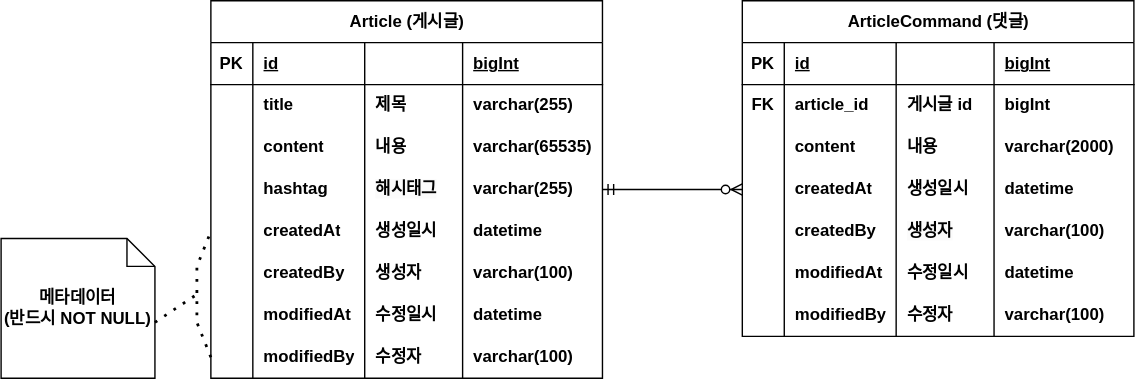
Before: document/use-case2.svg, a diagram exported from draw.io (Yang-Sooyoung/fastcampus-project-board). Source tidied: cells renumbered, new cells last; positions are measured from the earlier drawing's top-left corner, leaving out a move shared by most shapes.
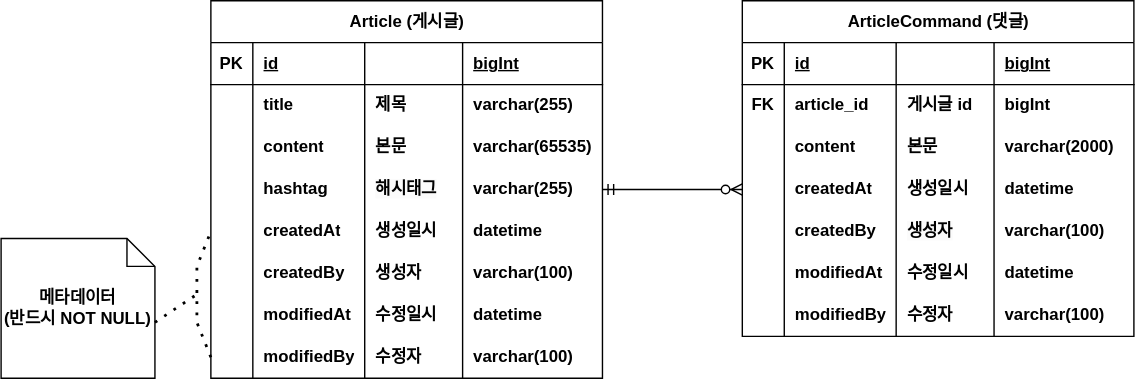
The same diagram one commit later.

Commit message:
#8 - ERD 주석 업데이트: project-board-erd.svg

What changed in the source:
```diff
@@ -44,7 +44,7 @@
     <mxCell id="15" value="content" style="shape=partialRectangle;fillColor=none;top=0;left=0;bottom=0;right=0;align=left;spacingLeft=6;overflow=hidden;whiteSpace=wrap;html=1;fontStyle=1;" parent="13" vertex="1">
       <mxGeometry x="30" width="80" height="30" as="geometry" />
     </mxCell>
-    <mxCell id="16" value="내용" style="shape=partialRectangle;fillColor=none;top=0;left=0;bottom=0;right=0;align=left;spacingLeft=6;overflow=hidden;whiteSpace=wrap;html=1;fontStyle=1;" parent="13" vertex="1">
+    <mxCell id="16" value="본문" style="shape=partialRectangle;fillColor=none;top=0;left=0;bottom=0;right=0;align=left;spacingLeft=6;overflow=hidden;whiteSpace=wrap;html=1;fontStyle=1;" parent="13" vertex="1">
       <mxGeometry x="110" width="70" height="30" as="geometry" />
     </mxCell>
     <mxCell id="17" value="varchar(65535)" style="shape=partialRectangle;fillColor=none;top=0;left=0;bottom=0;right=0;align=left;spacingLeft=6;overflow=hidden;whiteSpace=wrap;html=1;fontStyle=1;" parent="13" vertex="1">
@@ -185,7 +185,7 @@
     <mxCell id="59" value="content" style="shape=partialRectangle;fillColor=none;top=0;left=0;bottom=0;right=0;align=left;spacingLeft=6;overflow=hidden;whiteSpace=wrap;html=1;fontStyle=1;" parent="57" vertex="1">
       <mxGeometry x="30" width="80" height="30" as="geometry" />
     </mxCell>
-    <mxCell id="60" value="내용" style="shape=partialRectangle;fillColor=none;top=0;left=0;bottom=0;right=0;align=left;spacingLeft=6;overflow=hidden;whiteSpace=wrap;html=1;fontStyle=1;" parent="57" vertex="1">
+    <mxCell id="60" value="본문" style="shape=partialRectangle;fillColor=none;top=0;left=0;bottom=0;right=0;align=left;spacingLeft=6;overflow=hidden;whiteSpace=wrap;html=1;fontStyle=1;" parent="57" vertex="1">
       <mxGeometry x="110" width="70" height="30" as="geometry" />
     </mxCell>
     <mxCell id="61" value="varchar(2000)" style="shape=partialRectangle;fillColor=none;top=0;left=0;bottom=0;right=0;align=left;spacingLeft=6;overflow=hidden;whiteSpace=wrap;html=1;fontStyle=1;" parent="57" vertex="1">
```
